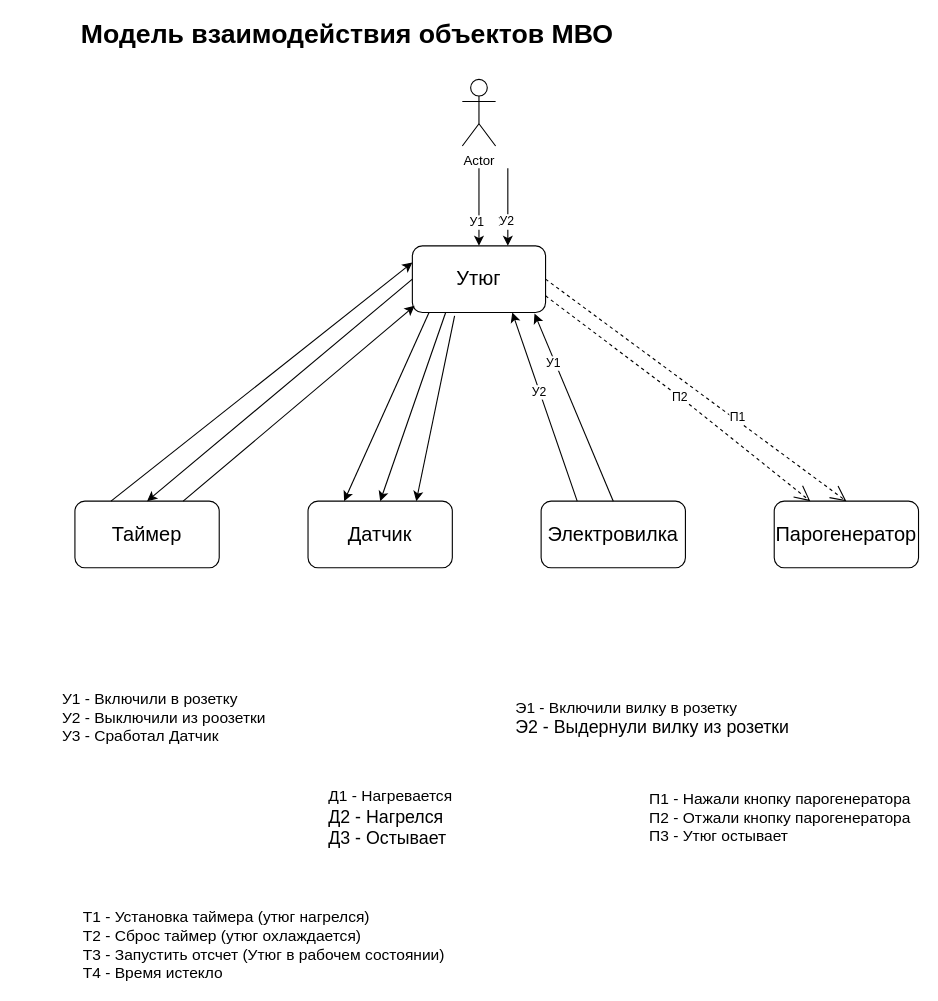
Above: page "МВО" (4 of 6) of OOP/lab05/lab_05.drawio in tatarinova0903/bmstu_sem4 (draw.io), before the change. Source tidied: cells renumbered, new cells numbered last; positions are measured from the earlier drawing's top-left corner, leaving out a move shared by most shapes. Both pictures are drawn from the tidied source at 111%, with x=0, y=0 at pixel (52, 23).
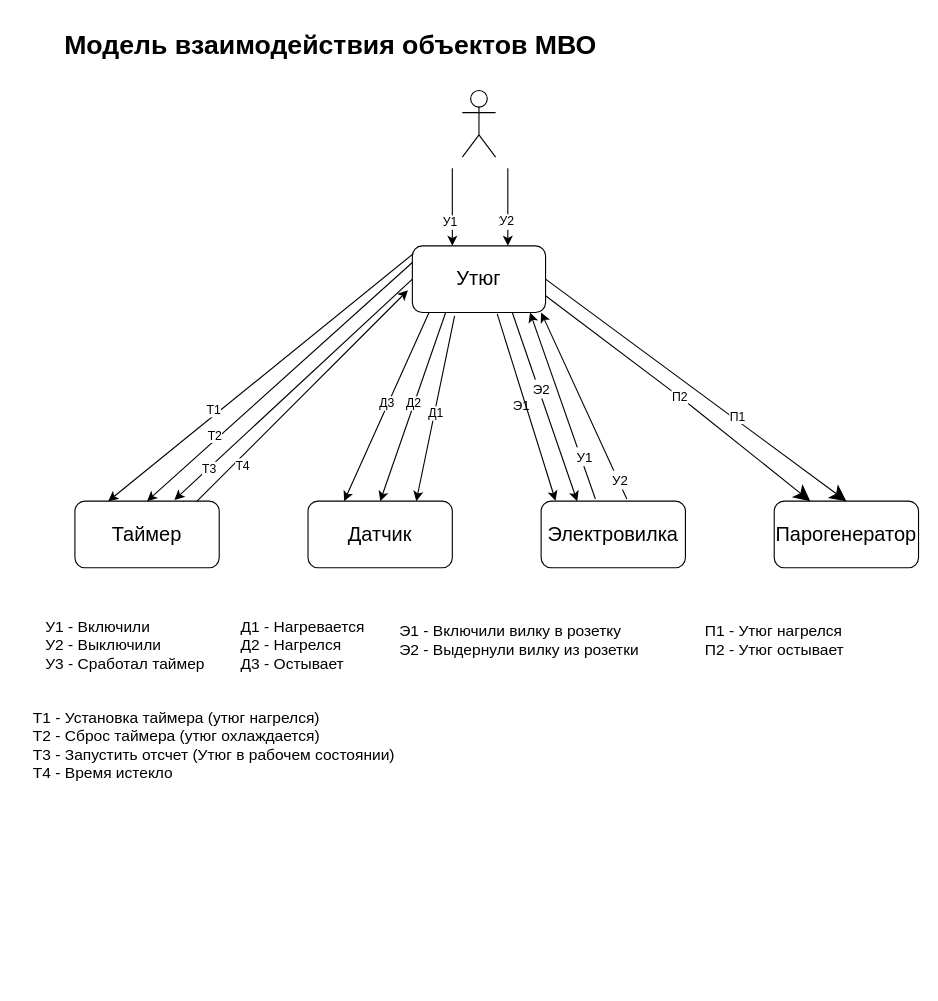
The same page after the edit.

The change refers to these unchanged cells:
```xml
<mxCell id="4" value="&lt;font style=&quot;font-size: 18px&quot;&gt;Утюг&lt;/font&gt;" style="rounded=1;whiteSpace=wrap;html=1;" parent="1" vertex="1">
  <mxGeometry x="324" y="200" width="120" height="60" as="geometry" />
</mxCell>
<mxCell id="5" value="&lt;font style=&quot;font-size: 18px&quot;&gt;Таймер&lt;/font&gt;" style="rounded=1;whiteSpace=wrap;html=1;" parent="1" vertex="1">
  <mxGeometry x="20" y="430" width="130" height="60" as="geometry" />
</mxCell>
<mxCell id="7" value="&lt;font style=&quot;font-size: 18px&quot;&gt;Электровилка&lt;/font&gt;" style="rounded=1;whiteSpace=wrap;html=1;" parent="1" vertex="1">
  <mxGeometry x="440" y="430" width="130" height="60" as="geometry" />
</mxCell>
<mxCell id="8" value="&lt;font style=&quot;font-size: 18px&quot;&gt;Парогенератор&lt;/font&gt;" style="rounded=1;whiteSpace=wrap;html=1;" parent="1" vertex="1">
  <mxGeometry x="650" y="430" width="130" height="60" as="geometry" />
</mxCell>
```

Diff of the diagram source:
```diff
@@
     <mxCell id="2" value="&lt;font style=&quot;font-size: 24px&quot;&gt;&lt;b&gt;Модель взаимодействия объектов МВО&lt;/b&gt;&lt;/font&gt;" style="text;html=1;align=center;verticalAlign=middle;strokeColor=none;" parent="1" vertex="1">
-      <mxGeometry x="15" width="500" height="20" as="geometry" />
+      <mxGeometry y="10" width="500" height="20" as="geometry" />
     </mxCell>
-    <mxCell id="3" value="Actor" style="shape=umlActor;verticalLabelPosition=bottom;verticalAlign=top;html=1;" parent="1" vertex="1">
-      <mxGeometry x="369" y="50" width="30" height="60" as="geometry" />
+    <mxCell id="3" style="shape=umlActor;verticalLabelPosition=bottom;verticalAlign=top;html=1;" parent="1" vertex="1">
+      <mxGeometry x="369" y="60" width="30" height="60" as="geometry" />
     </mxCell>
@@
-    <mxCell id="9" style="endArrow=classic;html=1;entryX=0.5;entryY=0;entryDx=0;entryDy=0;" parent="1" edge="1" target="4">
+    <mxCell id="9" style="endArrow=classic;html=1;entryX=0.15;entryY=0;entryDx=0;entryDy=0;entryPerimeter=0;" parent="1" edge="1">
       <mxGeometry relative="1" as="geometry">
-        <mxPoint x="384" y="130" as="sourcePoint" />
+        <mxPoint x="360" y="130" as="sourcePoint" />
+        <mxPoint x="360" y="200" as="targetPoint" />
       </mxGeometry>
     </mxCell>
@@
-    <mxCell id="11" value="&lt;div style=&quot;text-align: left&quot;&gt;&lt;span style=&quot;font-size: 14px&quot;&gt;У1 - Включили в розетку&lt;/span&gt;&lt;/div&gt;&lt;font style=&quot;font-size: 14px&quot;&gt;&lt;div style=&quot;text-align: left&quot;&gt;&lt;span&gt;У2 - Выключили из роозетки&lt;/span&gt;&lt;/div&gt;&lt;div style=&quot;text-align: left&quot;&gt;&lt;span&gt;У3 - Сработал Датчик&lt;/span&gt;&lt;/div&gt;&lt;/font&gt;" style="text;html=1;align=center;verticalAlign=middle;strokeColor=none;" parent="1" vertex="1">
-      <mxGeometry y="600" width="200" height="50" as="geometry" />
+    <mxCell id="11" value="&lt;div style=&quot;text-align: left&quot;&gt;&lt;span style=&quot;font-size: 14px&quot;&gt;У1 - Включили&lt;/span&gt;&lt;/div&gt;&lt;font style=&quot;font-size: 14px&quot;&gt;&lt;div style=&quot;text-align: left&quot;&gt;&lt;span&gt;У2 - Выключили&lt;/span&gt;&lt;/div&gt;&lt;div style=&quot;text-align: left&quot;&gt;&lt;span&gt;У3 - Сработал таймер&lt;/span&gt;&lt;/div&gt;&lt;/font&gt;" style="text;html=1;align=center;verticalAlign=middle;strokeColor=none;" parent="1" vertex="1">
+      <mxGeometry x="-15" y="535" width="160" height="50" as="geometry" />
     </mxCell>
-    <mxCell id="12" value="&lt;div style=&quot;text-align: left&quot;&gt;&lt;span&gt;&lt;font style=&quot;font-size: 14px&quot;&gt;Д1 - Нагревается&lt;/font&gt;&lt;/span&gt;&lt;/div&gt;&lt;div style=&quot;text-align: left&quot;&gt;&lt;span&gt;&lt;font size=&quot;3&quot;&gt;Д2 - Нагрелся&lt;/font&gt;&lt;/span&gt;&lt;/div&gt;&lt;div style=&quot;text-align: left&quot;&gt;&lt;span&gt;&lt;font size=&quot;3&quot;&gt;Д3 - Остывает&lt;/font&gt;&lt;/span&gt;&lt;/div&gt;" style="text;html=1;align=center;verticalAlign=middle;strokeColor=none;" parent="1" vertex="1">
-      <mxGeometry x="239" y="690" width="130" height="50" as="geometry" />
+    <mxCell id="12" value="&lt;div style=&quot;text-align: left&quot;&gt;&lt;span&gt;&lt;font style=&quot;font-size: 14px&quot;&gt;Д1 - Нагревается&lt;/font&gt;&lt;/span&gt;&lt;/div&gt;&lt;div style=&quot;text-align: left&quot;&gt;&lt;span&gt;&lt;font style=&quot;font-size: 14px;&quot;&gt;Д2 - Нагрелся&lt;/font&gt;&lt;/span&gt;&lt;/div&gt;&lt;div style=&quot;text-align: left&quot;&gt;&lt;span&gt;&lt;font style=&quot;font-size: 14px;&quot;&gt;Д3 - Остывает&lt;/font&gt;&lt;/span&gt;&lt;/div&gt;" style="text;html=1;align=center;verticalAlign=middle;strokeColor=none;" parent="1" vertex="1">
+      <mxGeometry x="160" y="535" width="130" height="50" as="geometry" />
     </mxCell>
-    <mxCell id="13" value="&lt;div style=&quot;text-align: left&quot;&gt;&lt;span&gt;&lt;font style=&quot;font-size: 14px&quot;&gt;Э1 - Включили вилку в розетку&lt;/font&gt;&lt;/span&gt;&lt;/div&gt;&lt;div style=&quot;text-align: left&quot;&gt;&lt;span&gt;&lt;font size=&quot;3&quot;&gt;Э2 - Выдернули вилку из розетки&lt;/font&gt;&lt;/span&gt;&lt;/div&gt;" style="text;html=1;align=center;verticalAlign=middle;strokeColor=none;" parent="1" vertex="1">
-      <mxGeometry x="410" y="605" width="260" height="40" as="geometry" />
+    <mxCell id="13" value="&lt;div style=&quot;text-align: left&quot;&gt;&lt;span&gt;&lt;font style=&quot;font-size: 14px&quot;&gt;Э1 - Включили вилку в розетку&lt;/font&gt;&lt;/span&gt;&lt;/div&gt;&lt;div style=&quot;text-align: left&quot;&gt;&lt;span&gt;&lt;font style=&quot;font-size: 14px;&quot;&gt;Э2 - Выдернули вилку из розетки&lt;/font&gt;&lt;/span&gt;&lt;/div&gt;" style="text;html=1;align=center;verticalAlign=middle;strokeColor=none;" parent="1" vertex="1">
+      <mxGeometry x="300" y="535" width="240" height="40" as="geometry" />
     </mxCell>
-    <mxCell id="14" value="&lt;div style=&quot;text-align: left&quot;&gt;&lt;span style=&quot;font-size: 14px&quot;&gt;П1 - Нажали кнопку парогенератора&lt;/span&gt;&lt;/div&gt;&lt;font style=&quot;font-size: 14px&quot;&gt;&lt;div style=&quot;text-align: left&quot;&gt;&lt;span&gt;П2 - Отжали кнопку парогенератора&lt;/span&gt;&lt;/div&gt;&lt;div style=&quot;text-align: left&quot;&gt;&lt;span&gt;П3 - Утюг остывает&lt;/span&gt;&lt;/div&gt;&lt;/font&gt;" style="text;html=1;align=center;verticalAlign=middle;strokeColor=none;" parent="1" vertex="1">
-      <mxGeometry x="530" y="690" width="250" height="50" as="geometry" />
-    </mxCell>
-    <mxCell id="15" style="endArrow=classic;html=1;exitX=0.25;exitY=0;exitDx=0;exitDy=0;entryX=0;entryY=0.25;entryDx=0;entryDy=0;" parent="1" edge="1" source="5" target="4">
-      <mxGeometry relative="1" as="geometry" />
-    </mxCell>
-    <mxCell id="16" style="endArrow=classic;html=1;exitX=0;exitY=0.5;exitDx=0;exitDy=0;entryX=0.5;entryY=0;entryDx=0;entryDy=0;" parent="1" edge="1" source="4" target="5">
+    <mxCell id="16" style="endArrow=classic;html=1;exitX=0;exitY=0.5;exitDx=0;exitDy=0;entryX=0.69;entryY=-0.019;entryDx=0;entryDy=0;entryPerimeter=0;" parent="1" edge="1" source="4" target="5">
       <mxGeometry relative="1" as="geometry" />
     </mxCell>
-    <mxCell id="17" style="endArrow=classic;html=1;entryX=0.017;entryY=0.9;entryDx=0;entryDy=0;exitX=0.75;exitY=0;exitDx=0;exitDy=0;entryPerimeter=0;" parent="1" edge="1" source="5" target="4">
-      <mxGeometry relative="1" as="geometry" />
-    </mxCell>
@@
-    <mxCell id="21" style="endArrow=classic;html=1;exitX=0.25;exitY=0;exitDx=0;exitDy=0;entryX=0.75;entryY=1;entryDx=0;entryDy=0;" parent="1" edge="1" source="7" target="4">
-      <mxGeometry relative="1" as="geometry" />
-    </mxCell>
-    <mxCell id="22" value="У2" style="edgeLabel;html=1;align=center;verticalAlign=middle;" parent="21" vertex="1">
-      <mxGeometry x="0.16" y="1" relative="1" as="geometry" />
-    </mxCell>
-    <mxCell id="23" style="endArrow=classic;html=1;exitX=0.5;exitY=0;exitDx=0;exitDy=0;entryX=0.917;entryY=1.017;entryDx=0;entryDy=0;entryPerimeter=0;" parent="1" edge="1" source="7" target="4">
-      <mxGeometry relative="1" as="geometry" />
+    <mxCell id="23" style="endArrow=classic;html=1;exitX=0.376;exitY=-0.033;exitDx=0;exitDy=0;exitPerimeter=0;" parent="1" edge="1" source="7">
+      <mxGeometry relative="1" as="geometry">
+        <mxPoint x="430" y="260" as="targetPoint" />
+      </mxGeometry>
     </mxCell>
-    <mxCell id="24" value="У1" style="edgeLabel;html=1;align=center;verticalAlign=middle;" parent="23" vertex="1">
-      <mxGeometry x="0.48" y="2" relative="1" as="geometry" />
-    </mxCell>
-    <mxCell id="25" value="П2" style="endArrow=open;endSize=12;dashed=1;html=1;exitX=1;exitY=0.75;exitDx=0;exitDy=0;entryX=0.25;entryY=0;entryDx=0;entryDy=0;" parent="1" edge="1" source="4" target="8">
+    <mxCell id="25" value="П2" style="endArrow=classic;endSize=12;dashed=0;html=1;exitX=1;exitY=0.75;exitDx=0;exitDy=0;entryX=0.25;entryY=0;entryDx=0;entryDy=0;" parent="1" edge="1" source="4" target="8">
       <mxGeometry relative="1" as="geometry">
         <Array as="points">
           <mxPoint x="570" y="340" />
         </Array>
       </mxGeometry>
     </mxCell>
-    <mxCell id="26" style="endArrow=open;endSize=12;dashed=1;html=1;exitX=1;exitY=0.5;exitDx=0;exitDy=0;entryX=0.5;entryY=0;entryDx=0;entryDy=0;" parent="1" edge="1" source="4" target="8">
+    <mxCell id="26" style="endArrow=classic;endSize=12;dashed=0;html=1;exitX=1;exitY=0.5;exitDx=0;exitDy=0;entryX=0.5;entryY=0;entryDx=0;entryDy=0;" parent="1" edge="1" source="4" target="8">
       <mxGeometry relative="1" as="geometry" />
     </mxCell>
@@
-    <mxCell id="28" value="&lt;div style=&quot;text-align: left&quot;&gt;&lt;span style=&quot;font-size: 14px&quot;&gt;Т1 - Установка таймера (утюг нагрелся)&lt;/span&gt;&lt;/div&gt;&lt;font style=&quot;font-size: 14px&quot;&gt;&lt;div style=&quot;text-align: left&quot;&gt;&lt;span&gt;Т2 - Сброс таймер (утюг охлаждается)&lt;/span&gt;&lt;/div&gt;&lt;div style=&quot;text-align: left&quot;&gt;&lt;span&gt;Т3 - Запустить отсчет (Утюг в рабочем состоянии)&lt;/span&gt;&lt;/div&gt;&lt;div style=&quot;text-align: left&quot;&gt;&lt;span&gt;Т4 - Время истекло&lt;/span&gt;&lt;br&gt;&lt;/div&gt;&lt;/font&gt;" style="text;html=1;align=center;verticalAlign=middle;strokeColor=none;" parent="1" vertex="1">
-      <mxGeometry x="20" y="800" width="340" height="60" as="geometry" />
+    <mxCell id="28" value="&lt;div style=&quot;text-align: left&quot;&gt;&lt;span style=&quot;font-size: 14px&quot;&gt;Т1 - Установка таймера (утюг нагрелся)&lt;/span&gt;&lt;/div&gt;&lt;font style=&quot;font-size: 14px&quot;&gt;&lt;div style=&quot;text-align: left&quot;&gt;&lt;span&gt;Т2 - Сброс таймера (утюг охлаждается)&lt;/span&gt;&lt;/div&gt;&lt;div style=&quot;text-align: left&quot;&gt;&lt;span&gt;Т3 - Запустить отсчет (Утюг в рабочем состоянии)&lt;/span&gt;&lt;/div&gt;&lt;div style=&quot;text-align: left&quot;&gt;&lt;span&gt;Т4 - Время истекло&lt;/span&gt;&lt;br&gt;&lt;/div&gt;&lt;/font&gt;" style="text;html=1;align=center;verticalAlign=middle;strokeColor=none;" parent="1" vertex="1">
+      <mxGeometry x="-30" y="620" width="350" height="60" as="geometry" />
     </mxCell>
@@
+    <mxCell id="32" value="Д3" style="edgeLabel;html=1;align=center;verticalAlign=middle;" parent="1" vertex="1">
+      <mxGeometry x="300" y="341.8" as="geometry" />
+    </mxCell>
+    <mxCell id="33" value="Д2" style="edgeLabel;html=1;align=center;verticalAlign=middle;" parent="1" vertex="1">
+      <mxGeometry x="324" y="341.8" as="geometry" />
+    </mxCell>
+    <mxCell id="34" value="Д1" style="edgeLabel;html=1;align=center;verticalAlign=middle;" parent="1" vertex="1">
+      <mxGeometry x="467.7" y="361.8" as="geometry">
+        <mxPoint x="-123" y="-11" as="offset" />
+      </mxGeometry>
+    </mxCell>
+    <mxCell id="35" style="endArrow=classic;html=1;rounded=0;fontSize=14;exitX=0.75;exitY=1;exitDx=0;exitDy=0;entryX=0.25;entryY=0;entryDx=0;entryDy=0;" parent="1" edge="1" source="4" target="7">
+      <mxGeometry relative="1" as="geometry" />
+    </mxCell>
+    <mxCell id="36" value="&lt;font style=&quot;font-size: 12px;&quot;&gt;Э2&lt;/font&gt;" style="edgeLabel;html=1;align=center;verticalAlign=middle;fontSize=14;" parent="35" vertex="1">
+      <mxGeometry x="-0.04" y="1" relative="1" as="geometry">
+        <mxPoint x="-3" y="-12" as="offset" />
+      </mxGeometry>
+    </mxCell>
+    <mxCell id="37" style="endArrow=classic;html=1;rounded=0;fontSize=12;exitX=0.594;exitY=-0.033;exitDx=0;exitDy=0;exitPerimeter=0;" parent="1" edge="1" source="7">
+      <mxGeometry relative="1" as="geometry">
+        <mxPoint x="440" y="260" as="targetPoint" />
+      </mxGeometry>
+    </mxCell>
+    <mxCell id="24" value="&lt;span style=&quot;font-size: 12px;&quot;&gt;У1&lt;/span&gt;" style="edgeLabel;html=1;align=center;verticalAlign=middle;fontSize=14;" parent="1" vertex="1">
+      <mxGeometry x="480" y="390" as="geometry">
+        <mxPoint x="-2" y="-1" as="offset" />
+      </mxGeometry>
+    </mxCell>
+    <mxCell id="22" value="&lt;font style=&quot;font-size: 12px;&quot;&gt;У2&lt;/font&gt;" style="edgeLabel;html=1;align=center;verticalAlign=middle;fontSize=14;rotation=0;" parent="1" vertex="1">
+      <mxGeometry x="510" y="410" as="geometry" />
+    </mxCell>
+    <mxCell id="38" value="&lt;font style=&quot;font-size: 12px;&quot;&gt;Э1&lt;/font&gt;" style="edgeLabel;html=1;align=center;verticalAlign=middle;fontSize=14;" parent="1" vertex="1">
+      <mxGeometry x="420" y="341.8" as="geometry">
+        <mxPoint x="1" y="1" as="offset" />
+      </mxGeometry>
+    </mxCell>
+    <mxCell id="39" style="endArrow=classic;html=1;rounded=0;fontSize=12;entryX=0.1;entryY=-0.006;entryDx=0;entryDy=0;entryPerimeter=0;exitX=0.637;exitY=1.022;exitDx=0;exitDy=0;exitPerimeter=0;" parent="1" edge="1" source="4" target="7">
+      <mxGeometry relative="1" as="geometry" />
+    </mxCell>
+    <mxCell id="40" style="endArrow=classic;html=1;entryX=0.5;entryY=0;entryDx=0;entryDy=0;exitX=0.006;exitY=0.119;exitDx=0;exitDy=0;exitPerimeter=0;" parent="1" edge="1" source="4">
+      <mxGeometry relative="1" as="geometry">
+        <mxPoint x="50" y="430" as="targetPoint" />
+      </mxGeometry>
+    </mxCell>
+    <mxCell id="41" style="endArrow=classic;html=1;exitX=0;exitY=0.25;exitDx=0;exitDy=0;entryX=0.5;entryY=0;entryDx=0;entryDy=0;" parent="1" edge="1" source="4" target="5">
+      <mxGeometry relative="1" as="geometry" />
+    </mxCell>
+    <mxCell id="42" value="Т3" style="edgeLabel;html=1;align=center;verticalAlign=middle;" parent="1" vertex="1">
+      <mxGeometry x="140" y="400" as="geometry" />
+    </mxCell>
+    <mxCell id="43" value="Т2" style="edgeLabel;html=1;align=center;verticalAlign=middle;" parent="1" vertex="1">
+      <mxGeometry x="145" y="370" as="geometry" />
+    </mxCell>
+    <mxCell id="44" value="Т1" style="edgeLabel;html=1;align=center;verticalAlign=middle;" parent="1" vertex="1">
+      <mxGeometry x="270" y="430" as="geometry">
+        <mxPoint x="-126" y="-83" as="offset" />
+      </mxGeometry>
+    </mxCell>
+    <mxCell id="45" value="&lt;div style=&quot;text-align: left&quot;&gt;&lt;font style=&quot;font-size: 14px;&quot;&gt;П1 - Утюг нагрелся&lt;/font&gt;&lt;/div&gt;&lt;font&gt;&lt;div style=&quot;text-align: left;&quot;&gt;&lt;font style=&quot;font-size: 14px;&quot;&gt;П2 - Утюг остывает&lt;/font&gt;&lt;br&gt;&lt;/div&gt;&lt;/font&gt;" style="text;html=1;align=center;verticalAlign=middle;strokeColor=none;" parent="1" vertex="1">
+      <mxGeometry x="580" y="535" width="140" height="40" as="geometry" />
+    </mxCell>
+    <mxCell id="46" style="endArrow=classic;html=1;rounded=0;fontSize=12;" parent="1" edge="1">
+      <mxGeometry relative="1" as="geometry">
+        <mxPoint x="130" y="430" as="sourcePoint" />
+        <mxPoint x="320" y="240" as="targetPoint" />
+      </mxGeometry>
+    </mxCell>
+    <mxCell id="47" value="Т4" style="edgeLabel;html=1;align=center;verticalAlign=middle;" parent="1" vertex="1">
+      <mxGeometry x="150" y="410" as="geometry">
+        <mxPoint x="20" y="-13" as="offset" />
+      </mxGeometry>
+    </mxCell>
```
